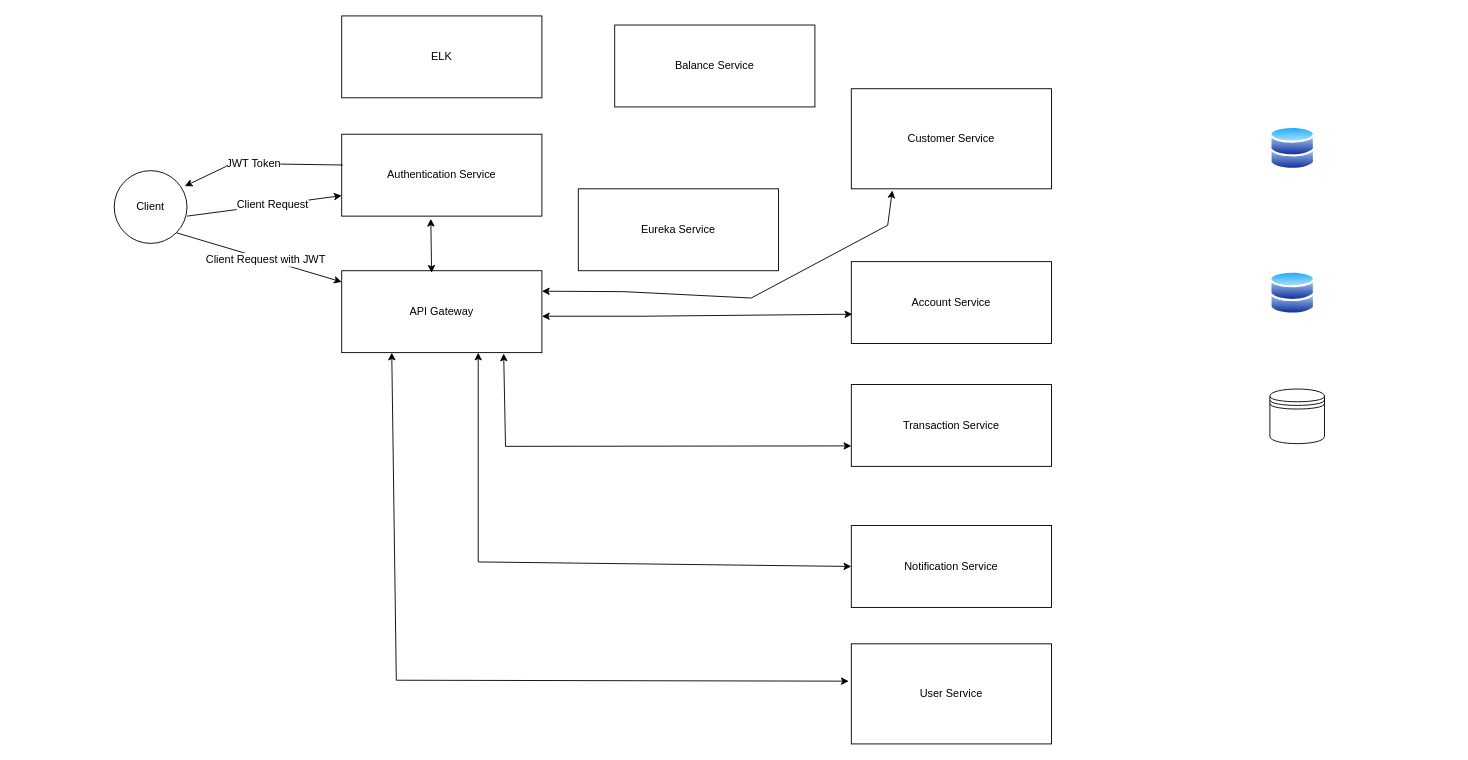
meyash14/MAVPOC keeps this draw.io diagram as Untitled Diagram.drawio. Above is the earlier version. Source tidied: cells renumbered, new cells numbered last; positions are measured from the earlier drawing's top-left corner, leaving out a move shared by most shapes. Both pictures are drawn from the tidied source at 91%, with x=0, y=0 at pixel (114, 15).
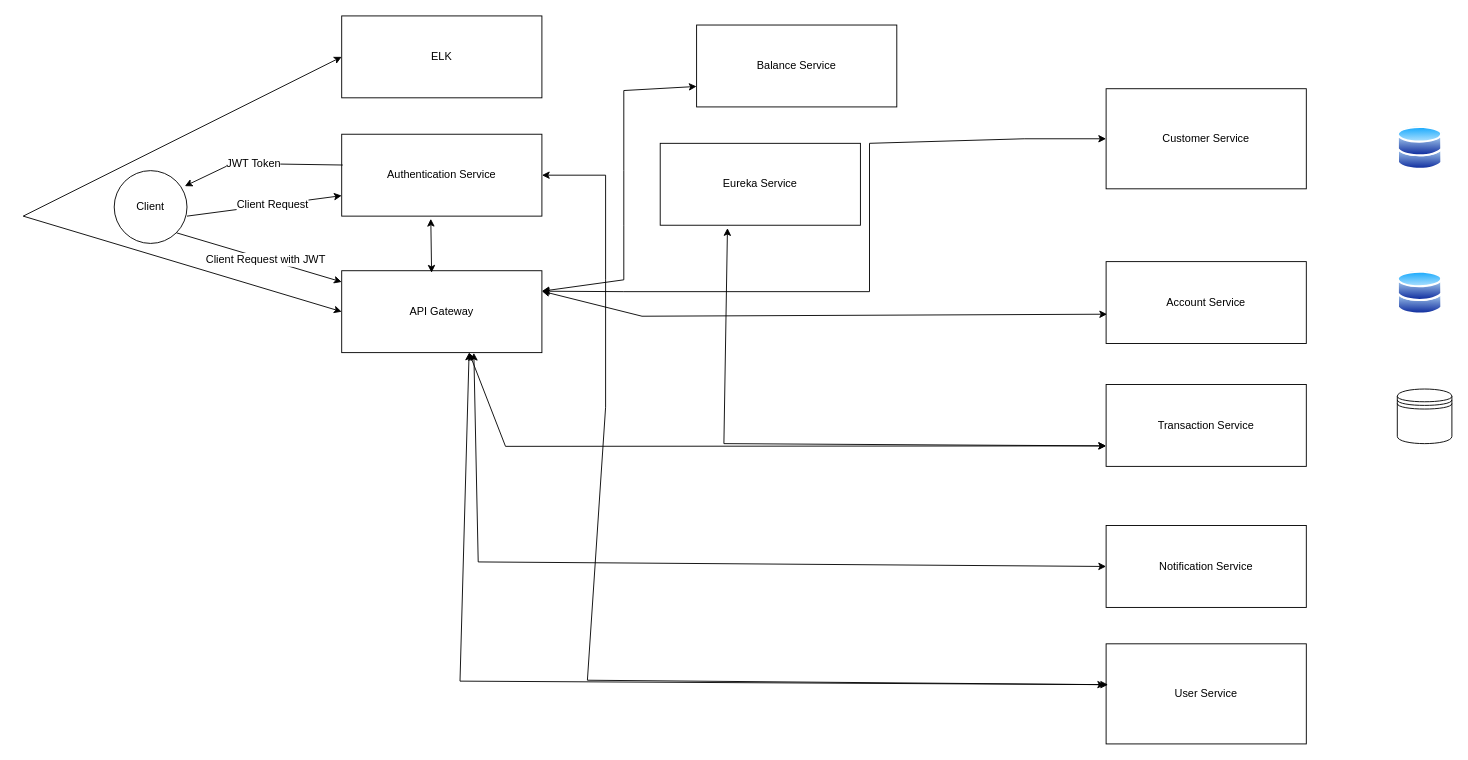
The same diagram, later.

The change refers to these unchanged cells:
```xml
<mxCell id="2" value="Authentication Service" style="rounded=0;whiteSpace=wrap;html=1;" parent="1" vertex="1">
  <mxGeometry x="250" y="130" width="220" height="90" as="geometry" />
</mxCell>
<mxCell id="5" value="API Gateway" style="rounded=0;whiteSpace=wrap;html=1;" parent="1" vertex="1">
  <mxGeometry x="250" y="280" width="220" height="90" as="geometry" />
</mxCell>
<mxCell id="26" value="ELK" style="rounded=0;whiteSpace=wrap;html=1;" parent="1" vertex="1">
  <mxGeometry x="250" width="220" height="90" as="geometry" />
</mxCell>
```

The edit, as a diff of the source:
```diff
@@
     <mxCell id="3" value="Customer Service" style="rounded=0;whiteSpace=wrap;html=1;" parent="1" vertex="1">
-      <mxGeometry x="810" y="80" width="220" height="110" as="geometry" />
+      <mxGeometry x="1090" y="80" width="220" height="110" as="geometry" />
     </mxCell>
     <mxCell id="4" value="Transaction Service" style="rounded=0;whiteSpace=wrap;html=1;" parent="1" vertex="1">
-      <mxGeometry x="810" y="405" width="220" height="90" as="geometry" />
+      <mxGeometry x="1090" y="405" width="220" height="90" as="geometry" />
     </mxCell>
@@
     <mxCell id="6" value="Account Service" style="rounded=0;whiteSpace=wrap;html=1;" parent="1" vertex="1">
-      <mxGeometry x="810" y="270" width="220" height="90" as="geometry" />
+      <mxGeometry x="1090" y="270" width="220" height="90" as="geometry" />
     </mxCell>
     <mxCell id="7" value="Eureka Service" style="rounded=0;whiteSpace=wrap;html=1;" parent="1" vertex="1">
-      <mxGeometry x="510" y="190" width="220" height="90" as="geometry" />
+      <mxGeometry x="600" y="140" width="220" height="90" as="geometry" />
     </mxCell>
     <mxCell id="8" value="Notification Service" style="rounded=0;whiteSpace=wrap;html=1;" parent="1" vertex="1">
-      <mxGeometry x="810" y="560" width="220" height="90" as="geometry" />
+      <mxGeometry x="1090" y="560" width="220" height="90" as="geometry" />
     </mxCell>
@@
-    <mxCell id="16" style="endArrow=classic;startArrow=classic;html=1;rounded=0;exitX=1;exitY=0.25;exitDx=0;exitDy=0;entryX=0.205;entryY=1.016;entryDx=0;entryDy=0;entryPerimeter=0;" parent="1" edge="1" source="5" target="3">
+    <mxCell id="16" style="endArrow=classic;startArrow=classic;html=1;rounded=0;exitX=1;exitY=0.25;exitDx=0;exitDy=0;entryX=0;entryY=0.5;entryDx=0;entryDy=0;" parent="1" edge="1" source="5" target="3">
       <mxGeometry relative="1" as="geometry">
         <Array as="points">
           <mxPoint x="560" y="303" />
-          <mxPoint x="700" y="310" />
-          <mxPoint x="850" y="230" />
+          <mxPoint x="830" y="303" />
+          <mxPoint x="830" y="140" />
+          <mxPoint x="1000" y="135" />
         </Array>
       </mxGeometry>
     </mxCell>
-    <mxCell id="17" style="endArrow=classic;startArrow=classic;html=1;rounded=0;entryX=0;entryY=0.75;entryDx=0;entryDy=0;exitX=0.809;exitY=1.011;exitDx=0;exitDy=0;exitPerimeter=0;" parent="1" edge="1" source="5" target="4">
+    <mxCell id="17" style="endArrow=classic;startArrow=classic;html=1;rounded=0;entryX=0;entryY=0.75;entryDx=0;entryDy=0;" parent="1" edge="1" target="4">
       <mxGeometry relative="1" as="geometry">
+        <mxPoint x="390" y="370" as="sourcePoint" />
         <Array as="points">
           <mxPoint x="430" y="473" />
         </Array>
       </mxGeometry>
     </mxCell>
-    <mxCell id="18" style="endArrow=classic;startArrow=classic;html=1;rounded=0;entryX=0;entryY=0.5;entryDx=0;entryDy=0;" parent="1" edge="1" target="8">
+    <mxCell id="18" style="endArrow=classic;startArrow=classic;html=1;rounded=0;entryX=0;entryY=0.5;entryDx=0;entryDy=0;exitX=0.66;exitY=1.003;exitDx=0;exitDy=0;exitPerimeter=0;" parent="1" edge="1" source="5" target="8">
       <mxGeometry relative="1" as="geometry">
-        <mxPoint x="400" y="370" as="sourcePoint" />
         <Array as="points">
           <mxPoint x="400" y="600" />
         </Array>
       </mxGeometry>
     </mxCell>
-    <mxCell id="19" style="endArrow=classic;startArrow=classic;html=1;rounded=0;entryX=0.005;entryY=0.642;entryDx=0;entryDy=0;entryPerimeter=0;" parent="1" edge="1" target="6">
+    <mxCell id="19" style="endArrow=classic;startArrow=classic;html=1;rounded=0;entryX=0.005;entryY=0.642;entryDx=0;entryDy=0;entryPerimeter=0;exitX=1;exitY=0.25;exitDx=0;exitDy=0;" parent="1" edge="1" source="5" target="6">
       <mxGeometry relative="1" as="geometry">
-        <mxPoint x="470" y="330" as="sourcePoint" />
         <Array as="points">
           <mxPoint x="580" y="330" />
         </Array>
       </mxGeometry>
     </mxCell>
     <mxCell id="20" style="image;perimeter=ellipsePerimeter;html=1;align=center;shadow=0;dashed=0;spacingTop=3;image=img/lib/active_directory/databases.svg;" parent="1" vertex="1">
-      <mxGeometry x="1270" y="121" width="50" height="49" as="geometry" />
+      <mxGeometry x="1410" y="121" width="50" height="49" as="geometry" />
     </mxCell>
     <mxCell id="21" style="shape=datastore;whiteSpace=wrap;html=1;" parent="1" vertex="1">
-      <mxGeometry x="1270" y="410" width="60" height="60" as="geometry" />
+      <mxGeometry x="1410" y="410" width="60" height="60" as="geometry" />
     </mxCell>
     <mxCell id="22" style="image;perimeter=ellipsePerimeter;html=1;align=center;shadow=0;dashed=0;spacingTop=3;image=img/lib/active_directory/databases.svg;" parent="1" vertex="1">
-      <mxGeometry x="1270" y="280" width="50" height="49" as="geometry" />
+      <mxGeometry x="1410" y="280" width="50" height="49" as="geometry" />
     </mxCell>
     <mxCell id="23" value="User Service" style="rounded=0;whiteSpace=wrap;html=1;" parent="1" vertex="1">
-      <mxGeometry x="810" y="690" width="220" height="110" as="geometry" />
+      <mxGeometry x="1090" y="690" width="220" height="110" as="geometry" />
     </mxCell>
-    <mxCell id="24" style="endArrow=classic;startArrow=classic;html=1;rounded=0;entryX=-0.013;entryY=0.373;entryDx=0;entryDy=0;exitX=0.25;exitY=1;exitDx=0;exitDy=0;entryPerimeter=0;" parent="1" edge="1" source="5" target="23">
+    <mxCell id="24" style="endArrow=classic;startArrow=classic;html=1;rounded=0;entryX=0.01;entryY=0.408;entryDx=0;entryDy=0;entryPerimeter=0;" parent="1" edge="1" target="23">
       <mxGeometry relative="1" as="geometry">
+        <mxPoint x="390" y="370" as="sourcePoint" />
         <Array as="points">
-          <mxPoint x="310" y="730" />
+          <mxPoint x="380" y="731" />
         </Array>
       </mxGeometry>
     </mxCell>
@@
     <mxCell id="27" value="Balance Service" style="rounded=0;whiteSpace=wrap;html=1;" parent="1" vertex="1">
-      <mxGeometry x="550" y="10" width="220" height="90" as="geometry" />
+      <mxGeometry x="640" y="10" width="220" height="90" as="geometry" />
     </mxCell>
+    <mxCell id="28" style="endArrow=classic;startArrow=classic;html=1;rounded=0;exitX=0;exitY=0.5;exitDx=0;exitDy=0;entryX=0;entryY=0.5;entryDx=0;entryDy=0;" parent="1" edge="1" source="26" target="5">
+      <mxGeometry relative="1" as="geometry">
+        <Array as="points">
+          <mxPoint x="-100" y="220" />
+        </Array>
+      </mxGeometry>
+    </mxCell>
+    <mxCell id="29" style="endArrow=classic;startArrow=classic;html=1;rounded=0;entryX=0;entryY=0.75;entryDx=0;entryDy=0;exitX=1;exitY=0.25;exitDx=0;exitDy=0;" parent="1" edge="1" source="5" target="27">
+      <mxGeometry relative="1" as="geometry">
+        <Array as="points">
+          <mxPoint x="560" y="290" />
+          <mxPoint x="560" y="230" />
+          <mxPoint x="560" y="170" />
+          <mxPoint x="560" y="82" />
+        </Array>
+      </mxGeometry>
+    </mxCell>
+    <mxCell id="30" style="endArrow=classic;startArrow=classic;html=1;rounded=0;entryX=0;entryY=0.75;entryDx=0;entryDy=0;exitX=0.336;exitY=1.035;exitDx=0;exitDy=0;exitPerimeter=0;" parent="1" edge="1" source="7" target="4">
+      <mxGeometry relative="1" as="geometry">
+        <Array as="points">
+          <mxPoint x="670" y="470" />
+        </Array>
+      </mxGeometry>
+    </mxCell>
+    <mxCell id="31" style="endArrow=classic;startArrow=classic;html=1;rounded=0;entryX=1;entryY=0.5;entryDx=0;entryDy=0;exitX=-0.005;exitY=0.408;exitDx=0;exitDy=0;exitPerimeter=0;" parent="1" edge="1" source="23" target="2">
+      <mxGeometry relative="1" as="geometry">
+        <Array as="points">
+          <mxPoint x="520" y="730" />
+          <mxPoint x="540" y="430" />
+          <mxPoint x="540" y="290" />
+          <mxPoint x="540" y="175" />
+        </Array>
+      </mxGeometry>
+    </mxCell>
```
